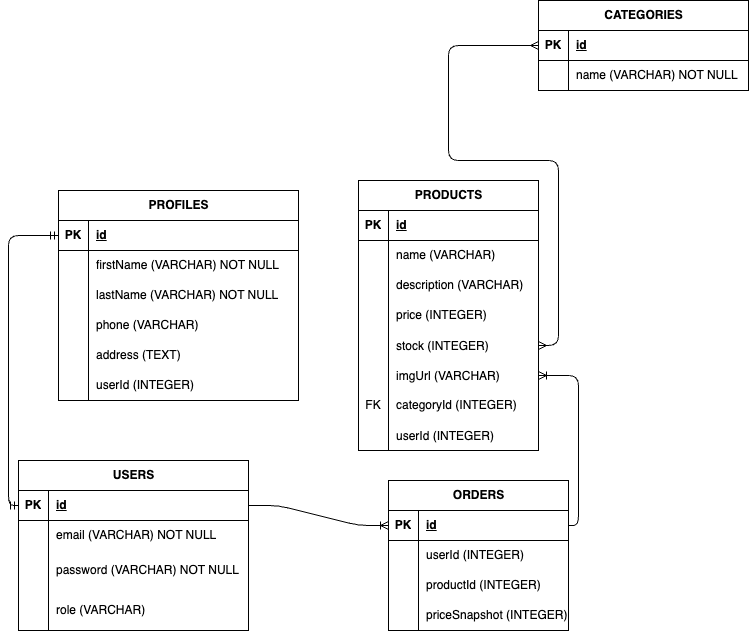
Earlier version of the draw.io export schema.drawio.png (rassyamaulanahandoyo/Daily-Dose-Coffee). Source tidied: cells renumbered, new cells last; positions are measured from the earlier drawing's top-left corner, leaving out a move shared by most shapes.
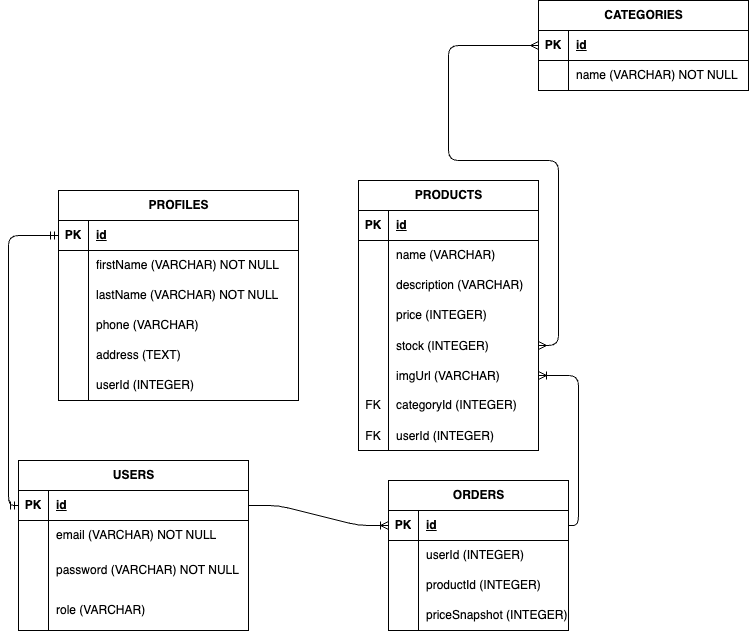
Later version of the same file.

Change to the diagram source:
```diff
@@ -167,7 +167,7 @@
     <mxCell id="56" style="shape=tableRow;horizontal=0;startSize=0;swimlaneHead=0;swimlaneBody=0;fillColor=none;top=0;left=0;right=0;bottom=0;" parent="34" vertex="1">
       <mxGeometry y="240" width="180" height="30" as="geometry" />
     </mxCell>
-    <mxCell id="57" style="shape=partialRectangle;fillColor=none;top=0;left=0;bottom=0;right=0;overflow=hidden;" parent="56" vertex="1">
+    <mxCell id="57" value="FK" style="shape=partialRectangle;fillColor=none;top=0;left=0;bottom=0;right=0;overflow=hidden;" parent="56" vertex="1">
       <mxGeometry width="30" height="30" as="geometry" />
     </mxCell>
     <mxCell id="58" value="userId (INTEGER)" style="shape=partialRectangle;fillColor=none;top=0;left=0;bottom=0;right=0;align=left;spacingLeft=6;overflow=hidden;" parent="56" vertex="1">
```
